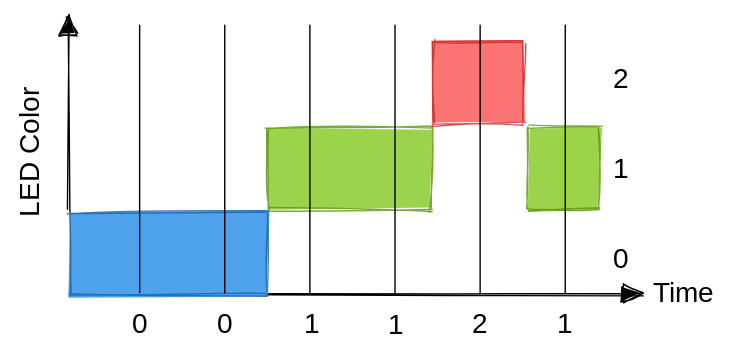
Above: .gitbook/assets/file.excalidraw (5).svg in winf-hsos/winf-docs (Excalidraw), before the change. Source tidied: one line per element, renumbered; positions are measured from the earlier drawing's top-left corner, leaving out a move shared by most shapes.
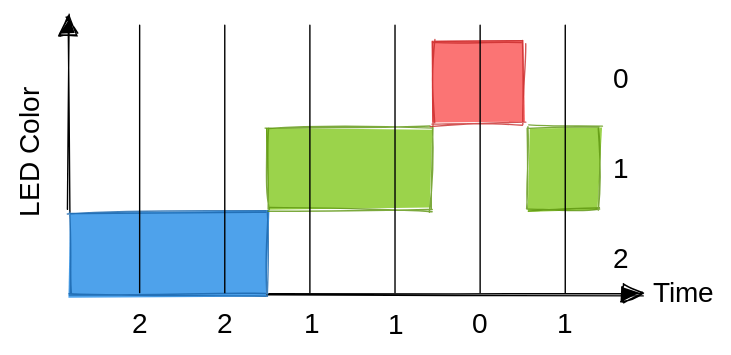
After the change.

Change to the diagram source:
```diff
@@ -2,14 +2,14 @@
 {"id": 1, "type": "arrow", "strokeColor": "#000000", "strokeWidth": 1, "roughness": 1, "endArrowhead": "triangle", "round": true, "from": 13, "to": 4, "x": 220, "y": 200, "width": 268, "height": 0, "points": [[0, 0], [268, 0]]}
 {"id": 2, "type": "text", "text": "LED Color", "strokeColor": "#000000", "angle": 4.71, "strokeWidth": 1, "roughness": 1, "fontSize": 20, "fontFamily": 1, "x": 0, "y": 81, "width": 102, "height": 25}
 {"id": 3, "type": "text", "text": "Time", "strokeColor": "#000000", "strokeWidth": 1, "roughness": 1, "fontSize": 20, "fontFamily": 1, "x": 495, "y": 188, "width": 46, "height": 25}
-{"id": 4, "type": "text", "text": "0", "strokeColor": "#000000", "strokeWidth": 1, "roughness": 1, "fontSize": 20, "fontFamily": 3, "x": 466, "y": 162, "width": 14, "height": 24}
+{"id": 4, "type": "text", "text": "2", "strokeColor": "#000000", "strokeWidth": 1, "roughness": 1, "fontSize": 20, "fontFamily": 3, "x": 466, "y": 162, "width": 14, "height": 24}
 {"id": 5, "type": "text", "text": "1", "strokeColor": "#000000", "strokeWidth": 1, "roughness": 1, "fontSize": 20, "fontFamily": 3, "x": 466, "y": 98, "width": 14, "height": 24}
-{"id": 6, "type": "text", "text": "2", "strokeColor": "#000000", "strokeWidth": 1, "roughness": 1, "fontSize": 20, "fontFamily": 3, "x": 466, "y": 33, "width": 14, "height": 24}
+{"id": 6, "type": "text", "text": "0", "strokeColor": "#000000", "strokeWidth": 1, "roughness": 1, "fontSize": 20, "fontFamily": 3, "x": 466, "y": 33, "width": 14, "height": 24}
-{"id": 7, "type": "text", "text": "0", "strokeColor": "#000000", "strokeWidth": 1, "roughness": 0, "fontSize": 20, "fontFamily": 3, "x": 123, "y": 209, "width": 14, "height": 24}
+{"id": 7, "type": "text", "text": "2", "strokeColor": "#000000", "strokeWidth": 1, "roughness": 0, "fontSize": 20, "fontFamily": 3, "x": 123, "y": 209, "width": 14, "height": 24}
-{"id": 8, "type": "text", "text": "0", "strokeColor": "#000000", "strokeWidth": 1, "roughness": 0, "fontSize": 20, "fontFamily": 3, "x": 184, "y": 209, "width": 14, "height": 24}
+{"id": 8, "type": "text", "text": "2", "strokeColor": "#000000", "strokeWidth": 1, "roughness": 0, "fontSize": 20, "fontFamily": 3, "x": 184, "y": 209, "width": 14, "height": 24}
 {"id": 9, "type": "text", "text": "1", "strokeColor": "#000000", "strokeWidth": 1, "roughness": 0, "fontSize": 20, "fontFamily": 3, "x": 246, "y": 209, "width": 14, "height": 24}
 {"id": 10, "type": "text", "text": "1", "strokeColor": "#000000", "strokeWidth": 1, "roughness": 0, "fontSize": 20, "fontFamily": 3, "x": 306, "y": 209, "width": 14, "height": 24}
-{"id": 11, "type": "text", "text": "2", "strokeColor": "#000000", "strokeWidth": 1, "roughness": 0, "fontSize": 20, "fontFamily": 3, "x": 366, "y": 209, "width": 14, "height": 24}
+{"id": 11, "type": "text", "text": "0", "strokeColor": "#000000", "strokeWidth": 1, "roughness": 0, "fontSize": 20, "fontFamily": 3, "x": 366, "y": 209, "width": 14, "height": 24}
 {"id": 12, "type": "text", "text": "1", "strokeColor": "#000000", "strokeWidth": 1, "roughness": 0, "fontSize": 20, "fontFamily": 3, "x": 426, "y": 209, "width": 14, "height": 24}
 {"id": 13, "type": "rectangle", "strokeColor": "#1864ab", "backgroundColor": "#228be6", "fillStyle": "solid", "strokeWidth": 1, "roughness": 1, "opacity": 80, "x": 78, "y": 141, "width": 142, "height": 59}
 {"id": 14, "type": "rectangle", "strokeColor": "#5c940d", "backgroundColor": "#82c91e", "fillStyle": "solid", "strokeWidth": 1, "roughness": 1, "opacity": 80, "x": 220, "y": 80, "width": 118, "height": 59}
```
